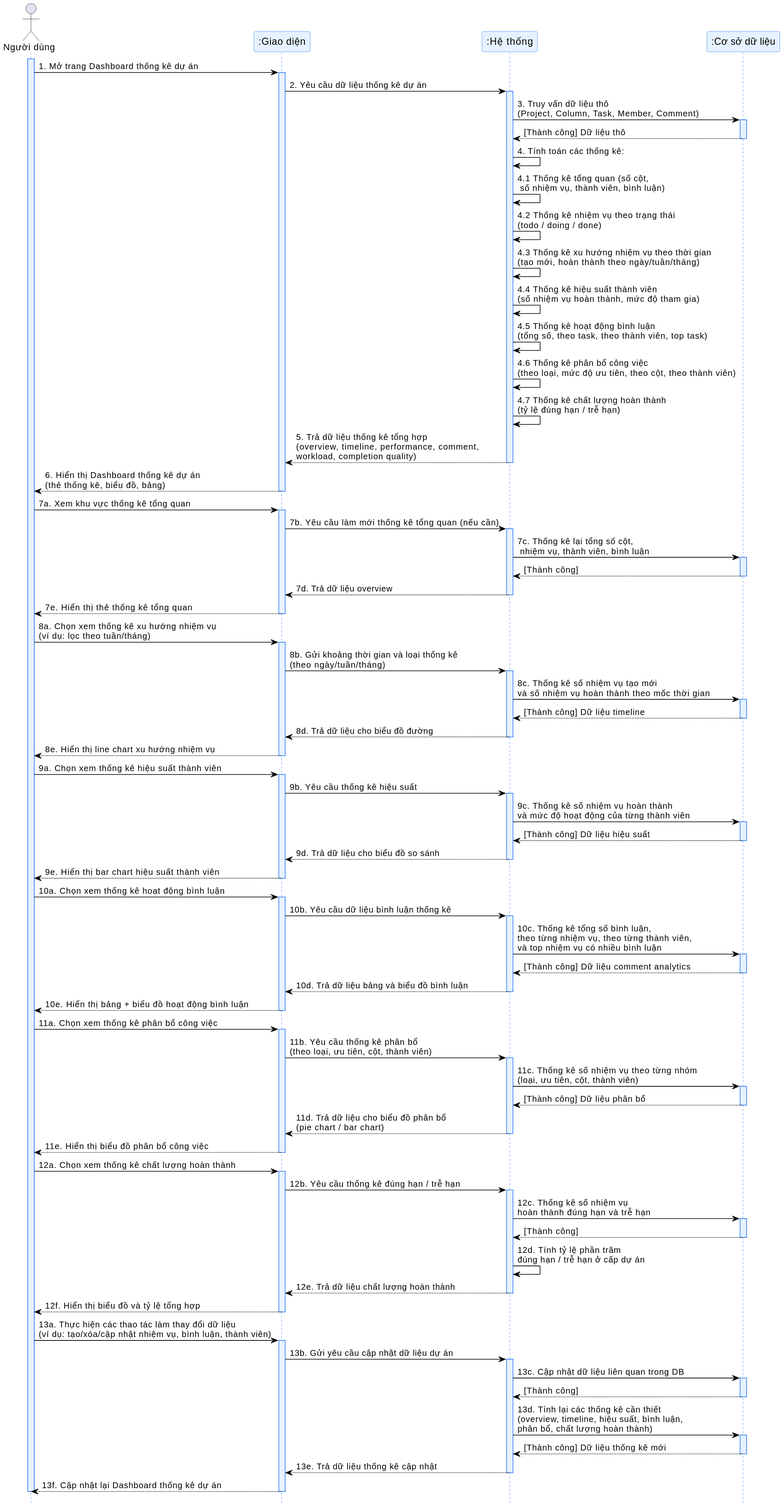
Earlier version of the PlantUML export bao-cao/sprint_8/tuantu.svg (tuanxx31/QLDA).
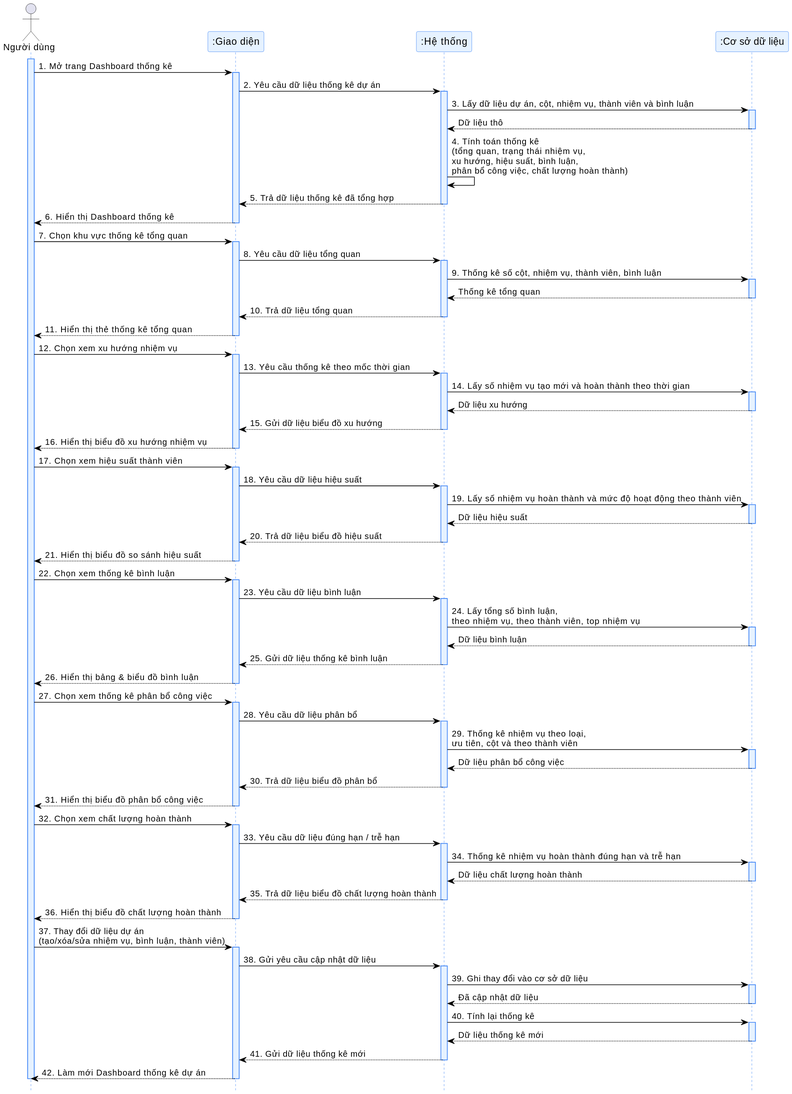
After the change.

Diff of the diagram source:
```diff
@@ -19,125 +19,124 @@
 
 activate User
 
-User -> UI: 1. Mở trang Dashboard thống kê dự án
+User -> UI: 1. Mở trang Dashboard thống kê
 activate UI
 UI -> System: 2. Yêu cầu dữ liệu thống kê dự án
 activate System
-System -> DB: 3. Truy vấn dữ liệu thô\n(Project, Column, Task, Member, Comment)
+System -> DB: 3. Lấy dữ liệu dự án, cột, nhiệm vụ, thành viên và bình luận
 activate DB
-DB --> System: [Thành công] Dữ liệu thô
+DB --> System: Dữ liệu thô
 deactivate DB
 
-System -> System: 4. Tính toán các thống kê:
-System -> System: 4.1 Thống kê tổng quan (số cột,\n số nhiệm vụ, thành viên, bình luận)
-System -> System: 4.2 Thống kê nhiệm vụ theo trạng thái\n(todo / doing / done)
-System -> System: 4.3 Thống kê xu hướng nhiệm vụ theo thời gian\n(tạo mới, hoàn thành theo ngày/tuần/tháng)
-System -> System: 4.4 Thống kê hiệu suất thành viên\n(số nhiệm vụ hoàn thành, mức độ tham gia)
-System -> System: 4.5 Thống kê hoạt động bình luận\n(tổng số, theo task, theo thành viên, top task)
-System -> System: 4.6 Thống kê phân bổ công việc\n(theo loại, mức độ ưu tiên, theo cột, theo thành viên)
-System -> System: 4.7 Thống kê chất lượng hoàn thành\n(tỷ lệ đúng hạn / trễ hạn)
-
-System --> UI: 5. Trả dữ liệu thống kê tổng hợp\n(overview, timeline, performance, comment,\nworkload, completion quality)
+System -> System: 4. Tính toán thống kê\n(tổng quan, trạng thái nhiệm vụ,\nxu hướng, hiệu suất, bình luận,\nphân bổ công việc, chất lượng hoàn thành)
+System --> UI: 5. Trả dữ liệu thống kê đã tổng hợp
 deactivate System
-UI --> User: 6. Hiển thị Dashboard thống kê dự án\n(thẻ thống kê, biểu đồ, bảng)
+UI --> User: 6. Hiển thị Dashboard thống kê
 deactivate UI
 
-User -> UI: 7a. Xem khu vực thống kê tổng quan
+
+User -> UI: 7. Chọn khu vực thống kê tổng quan
 activate UI
-UI -> System: 7b. Yêu cầu làm mới thống kê tổng quan (nếu cần)
+UI -> System: 8. Yêu cầu dữ liệu tổng quan
 activate System
-System -> DB: 7c. Thống kê lại tổng số cột,\n nhiệm vụ, thành viên, bình luận
+System -> DB: 9. Thống kê số cột, nhiệm vụ, thành viên, bình luận
 activate DB
-DB --> System: [Thành công]
+DB --> System: Thống kê tổng quan
 deactivate DB
-System --> UI: 7d. Trả dữ liệu overview
+System --> UI: 10. Trả dữ liệu tổng quan
 deactivate System
-UI --> User: 7e. Hiển thị thẻ thống kê tổng quan
+UI --> User: 11. Hiển thị thẻ thống kê tổng quan
 deactivate UI
 
-User -> UI: 8a. Chọn xem thống kê xu hướng nhiệm vụ\n(ví dụ: lọc theo tuần/tháng)
+
+User -> UI: 12. Chọn xem xu hướng nhiệm vụ
 activate UI
-UI -> System: 8b. Gửi khoảng thời gian và loại thống kê\n(theo ngày/tuần/tháng)
+UI -> System: 13. Yêu cầu thống kê theo mốc thời gian
 activate System
-System -> DB: 8c. Thống kê số nhiệm vụ tạo mới\nvà số nhiệm vụ hoàn thành theo mốc thời gian
+System -> DB: 14. Lấy số nhiệm vụ tạo mới và hoàn thành theo thời gian
 activate DB
-DB --> System: [Thành công] Dữ liệu timeline
+DB --> System: Dữ liệu xu hướng
 deactivate DB
-System --> UI: 8d. Trả dữ liệu cho biểu đồ đường
+System --> UI: 15. Gửi dữ liệu biểu đồ xu hướng
 deactivate System
-UI --> User: 8e. Hiển thị line chart xu hướng nhiệm vụ
+UI --> User: 16. Hiển thị biểu đồ xu hướng nhiệm vụ
 deactivate UI
 
-User -> UI: 9a. Chọn xem thống kê hiệu suất thành viên
+
+User -> UI: 17. Chọn xem hiệu suất thành viên
 activate UI
-UI -> System: 9b. Yêu cầu thống kê hiệu suất
+UI -> System: 18. Yêu cầu dữ liệu hiệu suất
 activate System
-System -> DB: 9c. Thống kê số nhiệm vụ hoàn thành\nvà mức độ hoạt động của từng thành viên
+System -> DB: 19. Lấy số nhiệm vụ hoàn thành và mức độ hoạt động theo thành viên
 activate DB
-DB --> System: [Thành công] Dữ liệu hiệu suất
+DB --> System: Dữ liệu hiệu suất
 deactivate DB
-System --> UI: 9d. Trả dữ liệu cho biểu đồ so sánh
+System --> UI: 20. Trả dữ liệu biểu đồ hiệu suất
 deactivate System
-UI --> User: 9e. Hiển thị bar chart hiệu suất thành viên
+UI --> User: 21. Hiển thị biểu đồ so sánh hiệu suất
 deactivate UI
 
-User -> UI: 10a. Chọn xem thống kê hoạt động bình luận
+
+User -> UI: 22. Chọn xem thống kê bình luận
 activate UI
-UI -> System: 10b. Yêu cầu dữ liệu bình luận thống kê
+UI -> System: 23. Yêu cầu dữ liệu bình luận
 activate System
-System -> DB: 10c. Thống kê tổng số bình luận,\ntheo từng nhiệm vụ, theo từng thành viên,\nvà top nhiệm vụ có nhiều bình luận
+System -> DB: 24. Lấy tổng số bình luận,\ntheo nhiệm vụ, theo thành viên, top nhiệm vụ
 activate DB
-DB --> System: [Thành công] Dữ liệu comment analytics
+DB --> System: Dữ liệu bình luận
 deactivate DB
-System --> UI: 10d. Trả dữ liệu bảng và biểu đồ bình luận
+System --> UI: 25. Gửi dữ liệu thống kê bình luận
 deactivate System
-UI --> User: 10e. Hiển thị bảng + biểu đồ hoạt động bình luận
+UI --> User: 26. Hiển thị bảng & biểu đồ bình luận
 deactivate UI
 
-User -> UI: 11a. Chọn xem thống kê phân bổ công việc
+
+User -> UI: 27. Chọn xem thống kê phân bổ công việc
 activate UI
-UI -> System: 11b. Yêu cầu thống kê phân bổ\n(theo loại, ưu tiên, cột, thành viên)
+UI -> System: 28. Yêu cầu dữ liệu phân bổ
 activate System
-System -> DB: 11c. Thống kê số nhiệm vụ theo từng nhóm\n(loại, ưu tiên, cột, thành viên)
+System -> DB: 29. Thống kê nhiệm vụ theo loại,\nưu tiên, cột và theo thành viên
 activate DB
-DB --> System: [Thành công] Dữ liệu phân bổ
+DB --> System: Dữ liệu phân bổ công việc
 deactivate DB
-System --> UI: 11d. Trả dữ liệu cho biểu đồ phân bổ\n(pie chart / bar chart)
+System --> UI: 30. Trả dữ liệu biểu đồ phân bổ
 deactivate System
-UI --> User: 11e. Hiển thị biểu đồ phân bổ công việc
+UI --> User: 31. Hiển thị biểu đồ phân bổ công việc
 deactivate UI
 
-User -> UI: 12a. Chọn xem thống kê chất lượng hoàn thành
+
+User -> UI: 32. Chọn xem chất lượng hoàn thành
 activate UI
-UI -> System: 12b. Yêu cầu thống kê đúng hạn / trễ hạn
+UI -> System: 33. Yêu cầu dữ liệu đúng hạn / trễ hạn
 activate System
-System -> DB: 12c. Thống kê số nhiệm vụ\nhoàn thành đúng hạn và trễ hạn
+System -> DB: 34. Thống kê nhiệm vụ hoàn thành đúng hạn và trễ hạn
 activate DB
-DB --> System: [Thành công]
+DB --> System: Dữ liệu chất lượng hoàn thành
 deactivate DB
-System -> System: 12d. Tính tỷ lệ phần trăm\nđúng hạn / trễ hạn ở cấp dự án
-System --> UI: 12e. Trả dữ liệu chất lượng hoàn thành
+
+System --> UI: 35. Trả dữ liệu biểu đồ chất lượng hoàn thành
 deactivate System
-UI --> User: 12f. Hiển thị biểu đồ và tỷ lệ tổng hợp
+UI --> User: 36. Hiển thị biểu đồ chất lượng hoàn thành
 deactivate UI
 
-User -> UI: 13a. Thực hiện các thao tác làm thay đổi dữ liệu\n(ví dụ: tạo/xóa/cập nhật nhiệm vụ, bình luận, thành viên)
+
+User -> UI: 37. Thay đổi dữ liệu dự án\n(tạo/xóa/sửa nhiệm vụ, bình luận, thành viên)
 activate UI
-UI -> System: 13b. Gửi yêu cầu cập nhật dữ liệu dự án
+UI -> System: 38. Gửi yêu cầu cập nhật dữ liệu
 activate System
-System -> DB: 13c. Cập nhật dữ liệu liên quan trong DB
+System -> DB: 39. Ghi thay đổi vào cơ sở dữ liệu
 activate DB
-DB --> System: [Thành công]
+DB --> System: Đã cập nhật dữ liệu
 deactivate DB
 
-System -> DB: 13d. Tính lại các thống kê cần thiết\n(overview, timeline, hiệu suất, bình luận,\nphân bổ, chất lượng hoàn thành)
+System -> DB: 40. Tính lại thống kê
 activate DB
-DB --> System: [Thành công] Dữ liệu thống kê mới
+DB --> System: Dữ liệu thống kê mới
 deactivate DB
 
-System --> UI: 13e. Trả dữ liệu thống kê cập nhật
+System --> UI: 41. Gửi dữ liệu thống kê mới
 deactivate System
-UI --> User: 13f. Cập nhật lại Dashboard thống kê dự án
+UI --> User: 42. Làm mới Dashboard thống kê dự án
 deactivate UI
 
 deactivate User
```
